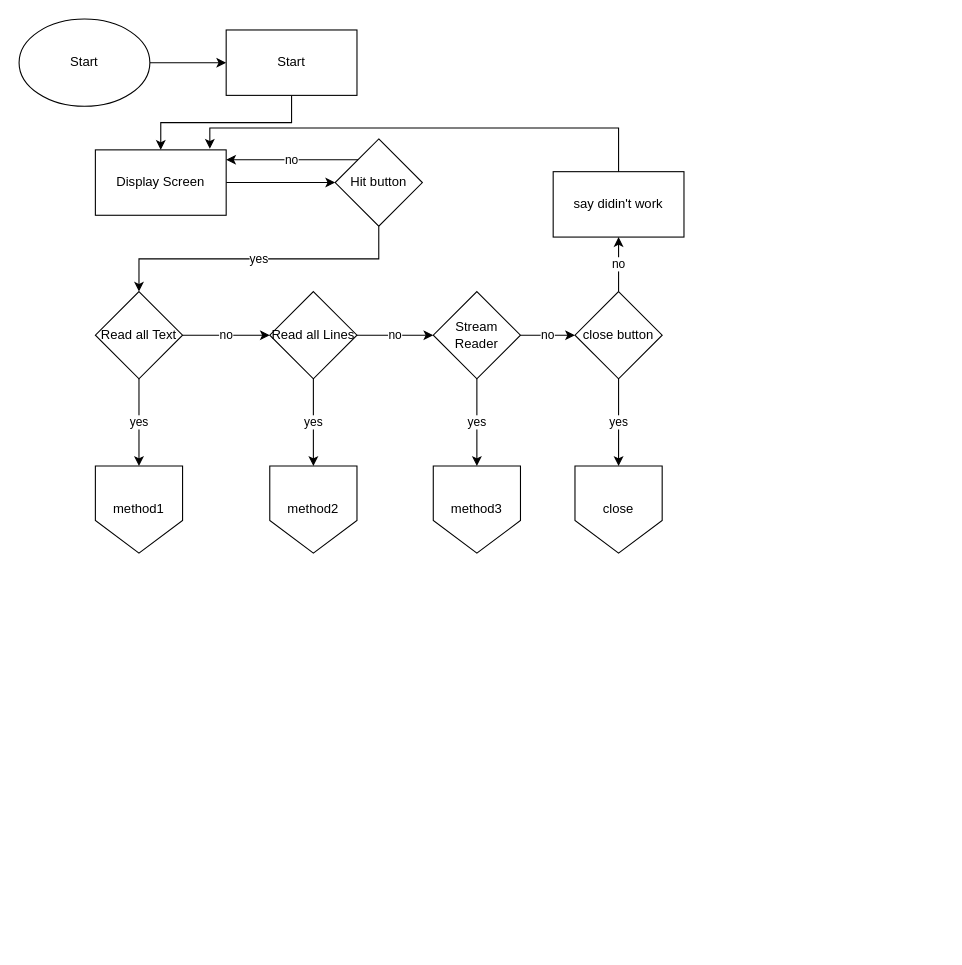
The draw.io diagram page "Interface" (1 of 6) of .github/Flowcharts/Read from File.drawio in NPITX-programs/ReadFromName, before the edit. Source tidied: cells renumbered, new cells numbered last; positions are measured from the earlier drawing's top-left corner, leaving out a move shared by most shapes. Both pictures are drawn from the tidied source at 109%, with x=0, y=0 at pixel (19, 19).
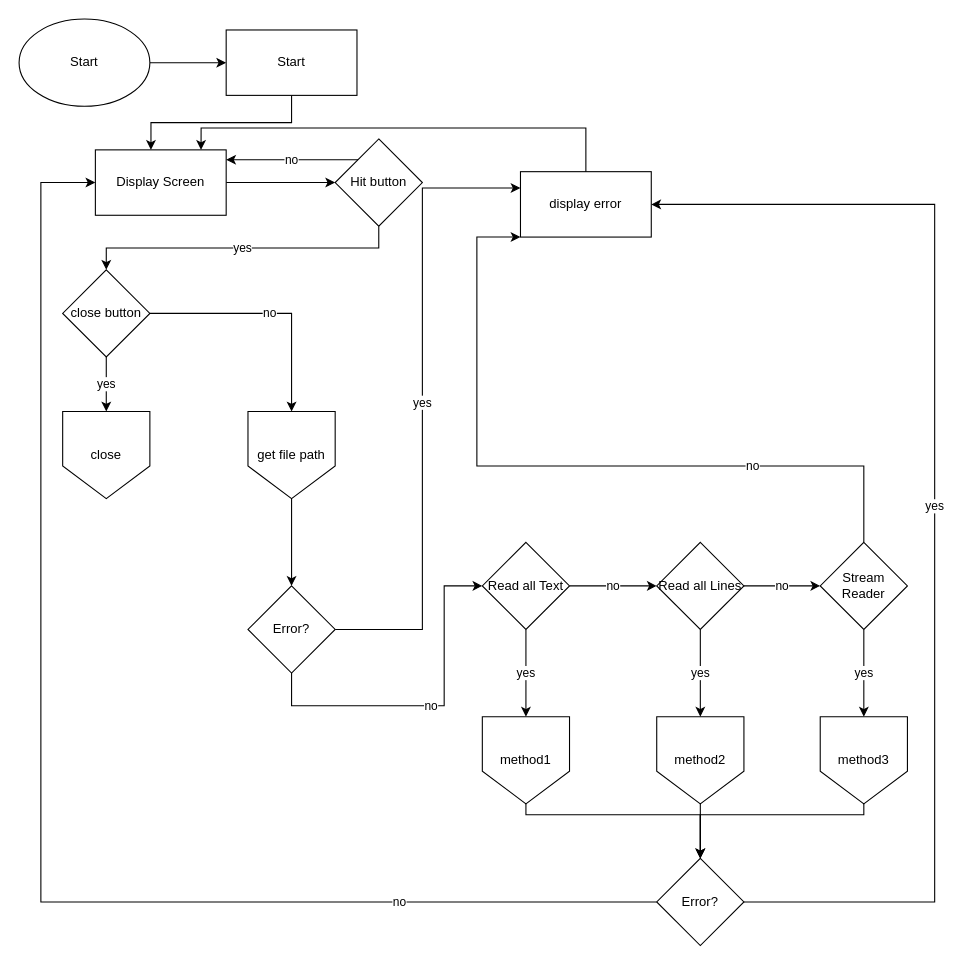
The same diagram, later.

Commit message (it also covers changes not shown here):
redesigned with a better error component, and the framework for adding in the get file

Unchanged cells that the change refers to:
```xml
<mxCell id="3" value="Start" style="rounded=0;whiteSpace=wrap;html=1;" parent="1" vertex="1">
  <mxGeometry x="190" y="10" width="120" height="60" as="geometry" />
</mxCell>
<mxCell id="7" value="Hit button" style="rhombus;whiteSpace=wrap;html=1;" parent="1" vertex="1">
  <mxGeometry x="290" y="110" width="80" height="80" as="geometry" />
</mxCell>
<mxCell id="9" value="Display Screen" style="rounded=0;whiteSpace=wrap;html=1;" parent="1" vertex="1">
  <mxGeometry x="70" y="120" width="120" height="60" as="geometry" />
</mxCell>
```

Change to the diagram source:
```diff
@@
-    <mxCell id="2" style="edgeStyle=orthogonalEdgeStyle;rounded=0;jettySize=auto;html=1;" parent="1" edge="1" source="3" target="9">
-      <mxGeometry relative="1" as="geometry" />
-    </mxCell>
@@
-    <mxCell id="6" value="yes" style="edgeStyle=orthogonalEdgeStyle;rounded=0;jettySize=auto;html=1;" parent="1" edge="1" source="7" target="15">
-      <mxGeometry relative="1" as="geometry">
-        <Array as="points">
-          <mxPoint x="330" y="220" />
-          <mxPoint x="110" y="220" />
-        </Array>
-      </mxGeometry>
-    </mxCell>
+    <mxCell id="29" value="yes" style="edgeStyle=orthogonalEdgeStyle;rounded=0;jettySize=auto;html=1;entryX=0.5;entryY=0;entryDx=0;entryDy=0;" parent="1" edge="1" source="7" target="27">
+      <mxGeometry relative="1" as="geometry">
+        <Array as="points">
+          <mxPoint x="330" y="210" />
+          <mxPoint x="80" y="210" />
+        </Array>
+      </mxGeometry>
+    </mxCell>
@@
+    <mxCell id="30" style="edgeStyle=orthogonalEdgeStyle;rounded=0;jettySize=auto;html=1;" parent="1" edge="1" source="11" target="42">
+      <mxGeometry relative="1" as="geometry">
+        <Array as="points">
+          <mxPoint x="465" y="730" />
+          <mxPoint x="625" y="730" />
+        </Array>
+      </mxGeometry>
+    </mxCell>
     <mxCell id="11" value="method1" style="shape=offPageConnector;whiteSpace=wrap;html=1;" parent="1" vertex="1">
-      <mxGeometry x="70" y="410" width="80" height="80" as="geometry" />
+      <mxGeometry x="425" y="640" width="80" height="80" as="geometry" />
     </mxCell>
+    <mxCell id="31" style="edgeStyle=orthogonalEdgeStyle;rounded=0;jettySize=auto;html=1;entryX=0.5;entryY=0;entryDx=0;entryDy=0;" parent="1" edge="1" source="12" target="42">
+      <mxGeometry relative="1" as="geometry" />
+    </mxCell>
     <mxCell id="12" value="method2" style="shape=offPageConnector;whiteSpace=wrap;html=1;" parent="1" vertex="1">
-      <mxGeometry x="230" y="410" width="80" height="80" as="geometry" />
+      <mxGeometry x="585" y="640" width="80" height="80" as="geometry" />
     </mxCell>
@@
     <mxCell id="15" value="Read all Text" style="rhombus;whiteSpace=wrap;html=1;" parent="1" vertex="1">
-      <mxGeometry x="70" y="250" width="80" height="80" as="geometry" />
+      <mxGeometry x="425" y="480" width="80" height="80" as="geometry" />
     </mxCell>
     <mxCell id="16" value="yes" style="edgeStyle=orthogonalEdgeStyle;rounded=0;jettySize=auto;html=1;" parent="1" edge="1" source="18" target="12">
       <mxGeometry relative="1" as="geometry">
         <Array as="points">
-          <mxPoint x="270" y="390" />
-          <mxPoint x="270" y="390" />
+          <mxPoint x="625" y="620" />
+          <mxPoint x="625" y="620" />
         </Array>
       </mxGeometry>
     </mxCell>
@@
     <mxCell id="18" value="Read all Lines" style="rhombus;whiteSpace=wrap;html=1;" parent="1" vertex="1">
-      <mxGeometry x="230" y="250" width="80" height="80" as="geometry" />
+      <mxGeometry x="585" y="480" width="80" height="80" as="geometry" />
     </mxCell>
-    <mxCell id="19" value="say didin't work" style="rounded=0;whiteSpace=wrap;html=1;" parent="1" vertex="1">
-      <mxGeometry x="490" y="140" width="120" height="60" as="geometry" />
+    <mxCell id="19" value="display error" style="rounded=0;whiteSpace=wrap;html=1;" parent="1" vertex="1">
+      <mxGeometry x="460" y="140" width="120" height="60" as="geometry" />
     </mxCell>
-    <mxCell id="20" style="edgeStyle=orthogonalEdgeStyle;rounded=0;jettySize=auto;html=1;entryX=0.875;entryY=-0.017;entryDx=0;entryDy=0;entryPerimeter=0;" parent="1" edge="1" source="19" target="9">
-      <mxGeometry relative="1" as="geometry">
-        <Array as="points">
-          <mxPoint x="175" y="100" />
-        </Array>
-      </mxGeometry>
-    </mxCell>
@@
-    <mxCell id="22" value="no" style="edgeStyle=orthogonalEdgeStyle;rounded=0;jettySize=auto;html=1;" parent="1" edge="1" source="23" target="27">
-      <mxGeometry relative="1" as="geometry" />
-    </mxCell>
+    <mxCell id="32" value="no" style="edgeStyle=orthogonalEdgeStyle;rounded=0;jettySize=auto;html=1;" parent="1" edge="1" source="23" target="19">
+      <mxGeometry x="-0.49" relative="1" as="geometry">
+        <Array as="points">
+          <mxPoint x="775" y="410" />
+          <mxPoint x="420" y="410" />
+          <mxPoint x="420" y="200" />
+        </Array>
+      </mxGeometry>
+    </mxCell>
     <mxCell id="23" value="Stream Reader" style="rhombus;whiteSpace=wrap;html=1;" parent="1" vertex="1">
-      <mxGeometry x="380" y="250" width="80" height="80" as="geometry" />
+      <mxGeometry x="735" y="480" width="80" height="80" as="geometry" />
     </mxCell>
+    <mxCell id="33" style="edgeStyle=orthogonalEdgeStyle;rounded=0;jettySize=auto;html=1;entryX=0.5;entryY=0;entryDx=0;entryDy=0;" parent="1" edge="1" source="24" target="42">
+      <mxGeometry relative="1" as="geometry">
+        <Array as="points">
+          <mxPoint x="775" y="730" />
+          <mxPoint x="625" y="730" />
+        </Array>
+      </mxGeometry>
+    </mxCell>
     <mxCell id="24" value="method3" style="shape=offPageConnector;whiteSpace=wrap;html=1;" parent="1" vertex="1">
-      <mxGeometry x="380" y="410" width="80" height="80" as="geometry" />
+      <mxGeometry x="735" y="640" width="80" height="80" as="geometry" />
     </mxCell>
@@
-    <mxCell id="26" value="no" style="edgeStyle=orthogonalEdgeStyle;rounded=0;jettySize=auto;html=1;" parent="1" edge="1" source="27" target="19">
-      <mxGeometry relative="1" as="geometry" />
-    </mxCell>
+    <mxCell id="34" value="no" style="edgeStyle=orthogonalEdgeStyle;rounded=0;jettySize=auto;html=1;entryX=0.5;entryY=0;entryDx=0;entryDy=0;" parent="1" edge="1" source="27" target="36">
+      <mxGeometry relative="1" as="geometry" />
+    </mxCell>
     <mxCell id="27" value="close button" style="rhombus;whiteSpace=wrap;html=1;" parent="1" vertex="1">
-      <mxGeometry x="510" y="250" width="80" height="80" as="geometry" />
+      <mxGeometry x="40" y="230" width="80" height="80" as="geometry" />
     </mxCell>
     <mxCell id="28" value="close" style="shape=offPageConnector;whiteSpace=wrap;html=1;" parent="1" vertex="1">
-      <mxGeometry x="510" y="410" width="80" height="80" as="geometry" />
+      <mxGeometry x="40" y="360" width="80" height="80" as="geometry" />
     </mxCell>
+    <mxCell id="35" style="edgeStyle=orthogonalEdgeStyle;rounded=0;jettySize=auto;html=1;" parent="1" edge="1" source="36" target="39">
+      <mxGeometry relative="1" as="geometry" />
+    </mxCell>
+    <mxCell id="36" value="get file path" style="shape=offPageConnector;whiteSpace=wrap;html=1;" parent="1" vertex="1">
+      <mxGeometry x="210" y="360" width="80" height="80" as="geometry" />
+    </mxCell>
+    <mxCell id="37" value="yes" style="edgeStyle=orthogonalEdgeStyle;rounded=0;jettySize=auto;html=1;entryX=0;entryY=0.25;entryDx=0;entryDy=0;" parent="1" edge="1" source="39" target="19">
+      <mxGeometry relative="1" as="geometry">
+        <Array as="points">
+          <mxPoint x="370" y="560" />
+          <mxPoint x="370" y="155" />
+        </Array>
+      </mxGeometry>
+    </mxCell>
+    <mxCell id="38" value="no" style="edgeStyle=orthogonalEdgeStyle;rounded=0;jettySize=auto;html=1;" parent="1" edge="1" source="39" target="15">
+      <mxGeometry relative="1" as="geometry">
+        <Array as="points">
+          <mxPoint x="250" y="630" />
+          <mxPoint x="390" y="630" />
+          <mxPoint x="390" y="520" />
+        </Array>
+      </mxGeometry>
+    </mxCell>
+    <mxCell id="39" value="Error?" style="rhombus;whiteSpace=wrap;html=1;" parent="1" vertex="1">
+      <mxGeometry x="210" y="520" width="80" height="80" as="geometry" />
+    </mxCell>
+    <mxCell id="20" style="edgeStyle=orthogonalEdgeStyle;rounded=0;jettySize=auto;html=1;entryX=0.808;entryY=0;entryDx=0;entryDy=0;entryPerimeter=0;" parent="1" edge="1" source="19" target="9">
+      <mxGeometry relative="1" as="geometry">
+        <Array as="points">
+          <mxPoint x="520" y="100" />
+          <mxPoint x="167" y="100" />
+        </Array>
+      </mxGeometry>
+    </mxCell>
+    <mxCell id="40" value="yes" style="edgeStyle=orthogonalEdgeStyle;rounded=0;jettySize=auto;html=1;entryX=1;entryY=0.5;entryDx=0;entryDy=0;" parent="1" edge="1" source="42" target="19">
+      <mxGeometry relative="1" as="geometry">
+        <Array as="points">
+          <mxPoint x="840" y="810" />
+          <mxPoint x="840" y="170" />
+        </Array>
+      </mxGeometry>
+    </mxCell>
+    <mxCell id="41" value="no" style="edgeStyle=orthogonalEdgeStyle;rounded=0;jettySize=auto;html=1;entryX=0;entryY=0.5;entryDx=0;entryDy=0;" parent="1" edge="1" source="42" target="9">
+      <mxGeometry x="-0.63" relative="1" as="geometry">
+        <Array as="points">
+          <mxPoint x="20" y="810" />
+          <mxPoint x="20" y="150" />
+        </Array>
+      </mxGeometry>
+    </mxCell>
+    <mxCell id="42" value="Error?" style="rhombus;whiteSpace=wrap;html=1;" parent="1" vertex="1">
+      <mxGeometry x="585" y="770" width="80" height="80" as="geometry" />
+    </mxCell>
+    <mxCell id="2" style="edgeStyle=orthogonalEdgeStyle;rounded=0;jettySize=auto;html=1;entryX=0.425;entryY=0;entryDx=0;entryDy=0;entryPerimeter=0;" parent="1" edge="1" source="3" target="9">
+      <mxGeometry relative="1" as="geometry" />
+    </mxCell>
```
